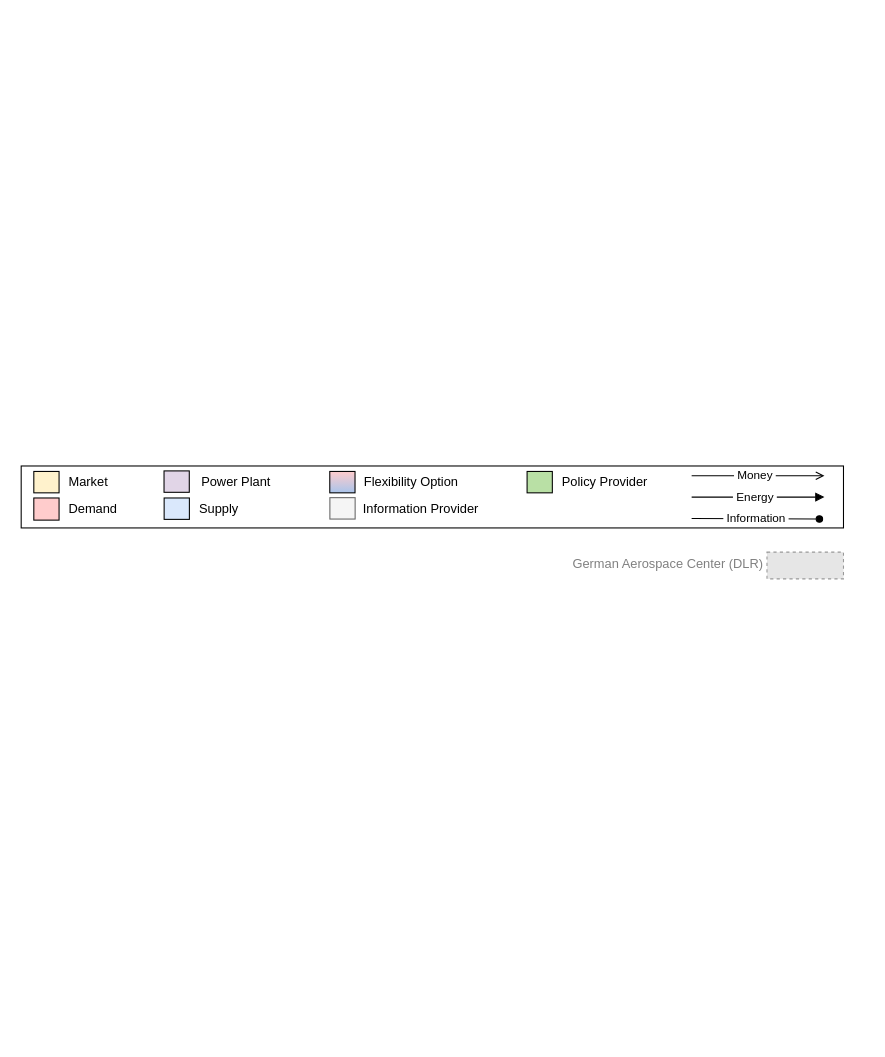
Earlier version of the draw.io diagram page "Header" (2 of 9) of docs/uploads/AMIRIS_Model_v4.1.drawio (dlr-ve-esy/amiris). Source tidied: cells renumbered, new cells numbered last; positions are measured from the earlier drawing's top-left corner, leaving out a move shared by most shapes. Both pictures are drawn from the tidied source at 107%, with x=0, y=0 at pixel (18, 463). Pictures stored in the file or linked from it are replaced by grey dashed boxes.
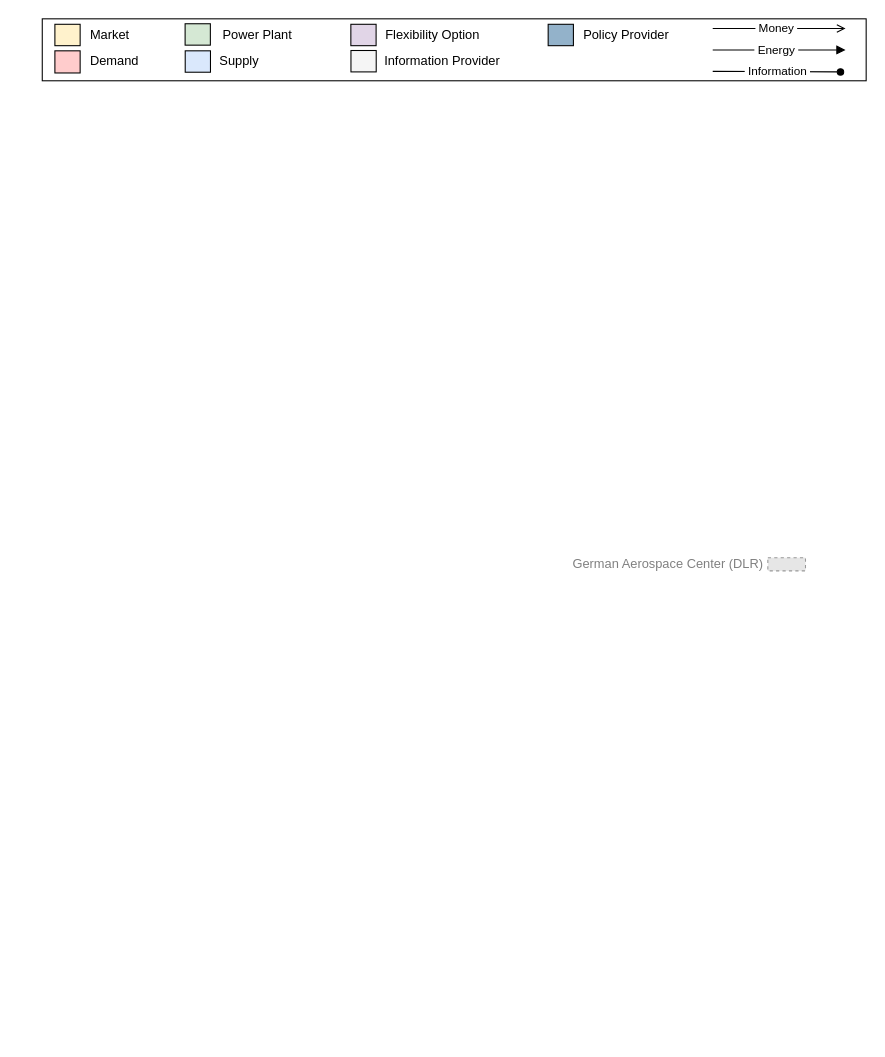
After the change.

The edit, as a diff of the source:
```diff
@@
-    <mxCell id="2" style="group;" parent="1" vertex="1">
-      <mxGeometry width="773" height="537.5" as="geometry" />
-    </mxCell>
-    <mxCell id="3" style="rounded=0;whiteSpace=wrap;html=1;strokeWidth=1;align=center;strokeColor=none;" parent="2" vertex="1">
-      <mxGeometry width="773" height="535" as="geometry" />
-    </mxCell>
-    <mxCell id="4" style="fillColor=#E6E6E6;strokeColor=#999999;dashed=1;verticalLabelPosition=bottom;labelBackgroundColor=default;verticalAlign=top;" parent="1" vertex="1">
-      <mxGeometry x="699.3" y="82.5" width="71.5" height="25" as="geometry" />
-    </mxCell>
-    <mxCell id="5" value="German Aerospace Center (DLR)" style="text;whiteSpace=wrap;html=1;fontSize=12;fontColor=#808080;" parent="1" vertex="1">
-      <mxGeometry x="516.3" y="80" width="190" height="30" as="geometry" />
-    </mxCell>
-    <mxCell id="6" style="rounded=0;whiteSpace=wrap;html=1;fillColor=default;" parent="1" vertex="1">
-      <mxGeometry x="2.3" y="2" width="768.5" height="57.9" as="geometry" />
-    </mxCell>
-    <mxCell id="7" style="group;" parent="1" vertex="1">
-      <mxGeometry x="135.9" y="31.9" width="137.1" height="25" as="geometry" />
-    </mxCell>
+    <mxCell id="33" style="rounded=0;whiteSpace=wrap;html=1;fillColor=default;" parent="1" vertex="1">
+      <mxGeometry x="22" y="-415.9" width="770" height="57.9" as="geometry" />
+    </mxCell>
+    <mxCell id="34" style="group;" parent="1" vertex="1">
+      <mxGeometry x="155.6" y="-386" width="137.1" height="25" as="geometry" />
+    </mxCell>
-    <mxCell id="8" style="rounded=0;whiteSpace=wrap;html=1;align=center;fillColor=#dae8fc;strokeColor=#000000;strokeWidth=1;" parent="7" vertex="1">
+    <mxCell id="8" style="rounded=0;whiteSpace=wrap;html=1;align=center;fillColor=#dae8fc;strokeColor=#000000;strokeWidth=1;" parent="34" vertex="1">
       <mxGeometry width="23.6" height="20" as="geometry" />
     </mxCell>
-    <mxCell id="9" value="Supply&amp;nbsp;" style="text;html=1;align=left;verticalAlign=middle;" parent="7" vertex="1">
+    <mxCell id="9" value="Supply&amp;nbsp;" style="text;html=1;align=left;verticalAlign=middle;" parent="34" vertex="1">
       <mxGeometry x="30.7" y="-5" width="60" height="30" as="geometry" />
     </mxCell>
-    <mxCell id="10" style="group;" parent="1" vertex="1">
-      <mxGeometry x="138.2" y="6.6" width="125.3" height="20" as="geometry" />
-    </mxCell>
-    <mxCell id="11" style="rounded=0;whiteSpace=wrap;html=1;align=center;fillColor=#e1d5e7;strokeColor=#000000;strokeWidth=1;" parent="10" vertex="1">
-      <mxGeometry x="-2.4" width="23.6" height="20" as="geometry" />
-    </mxCell>
+    <mxCell id="35" style="group;" parent="1" vertex="1">
+      <mxGeometry x="157.9" y="-411.3" width="125.3" height="20" as="geometry" />
+    </mxCell>
+    <mxCell id="36" style="rounded=0;whiteSpace=wrap;html=1;align=center;fillColor=#d5e8d4;strokeColor=light-dark(#000000,#000000);strokeWidth=1;" parent="35" vertex="1">
+      <mxGeometry x="-2.4" width="23.6" height="20" as="geometry" />
+    </mxCell>
-    <mxCell id="12" value="Power Plant" style="text;html=1;align=left;verticalAlign=middle;" parent="10" vertex="1">
+    <mxCell id="12" value="Power Plant" style="text;html=1;align=left;verticalAlign=middle;" parent="35" vertex="1">
       <mxGeometry x="30.7" width="80" height="20" as="geometry" />
     </mxCell>
-    <mxCell id="13" style="group;" parent="1" vertex="1">
-      <mxGeometry x="14.1" y="7.1" width="89.8" height="30" as="geometry" />
-    </mxCell>
+    <mxCell id="37" style="group;" parent="1" vertex="1">
+      <mxGeometry x="33.8" y="-410.8" width="89.8" height="30" as="geometry" />
+    </mxCell>
-    <mxCell id="14" style="rounded=0;whiteSpace=wrap;html=1;align=center;fillColor=#fff2cc;strokeColor=#000000;strokeWidth=1;" parent="13" vertex="1">
+    <mxCell id="14" style="rounded=0;whiteSpace=wrap;html=1;align=center;fillColor=#fff2cc;strokeColor=#000000;strokeWidth=1;" parent="37" vertex="1">
       <mxGeometry width="23.6" height="20" as="geometry" />
     </mxCell>
-    <mxCell id="15" value="Market" style="text;html=1;align=left;verticalAlign=middle;" parent="13" vertex="1">
+    <mxCell id="15" value="Market" style="text;html=1;align=left;verticalAlign=middle;" parent="37" vertex="1">
       <mxGeometry x="30.7" width="50" height="20" as="geometry" />
     </mxCell>
-    <mxCell id="16" style="group;" parent="1" vertex="1">
-      <mxGeometry x="14.1" y="31.9" width="756.6" height="31" as="geometry" />
-    </mxCell>
+    <mxCell id="38" style="group;" parent="1" vertex="1">
+      <mxGeometry x="33.8" y="-386" width="756.6" height="31" as="geometry" />
+    </mxCell>
-    <mxCell id="17" style="rounded=0;whiteSpace=wrap;html=1;align=center;fillColor=#FFCCCC;strokeColor=#000000;strokeWidth=1;gradientColor=none;" parent="16" vertex="1">
+    <mxCell id="17" style="rounded=0;whiteSpace=wrap;html=1;align=center;fillColor=#FFCCCC;strokeColor=#000000;strokeWidth=1;gradientColor=none;" parent="38" vertex="1">
       <mxGeometry width="23.6" height="20.7" as="geometry" />
     </mxCell>
-    <mxCell id="18" value="Demand" style="text;html=1;align=left;verticalAlign=middle;" parent="16" vertex="1">
+    <mxCell id="18" value="Demand" style="text;html=1;align=left;verticalAlign=middle;" parent="38" vertex="1">
       <mxGeometry x="30.7" width="60" height="20" as="geometry" />
     </mxCell>
-    <mxCell id="19" style="group;" parent="1" vertex="1">
-      <mxGeometry x="290.7" y="7.1" width="172.6" height="25" as="geometry" />
-    </mxCell>
-    <mxCell id="20" style="rounded=0;whiteSpace=wrap;html=1;align=center;fillColor=#ffcccc;strokeColor=#000000;strokeWidth=1;gradientColor=#A9C4EB;" parent="19" vertex="1">
-      <mxGeometry width="23.6" height="20" as="geometry" />
-    </mxCell>
+    <mxCell id="39" style="group;" parent="1" vertex="1">
+      <mxGeometry x="310.4" y="-410.8" width="172.6" height="25" as="geometry" />
+    </mxCell>
+    <mxCell id="40" style="rounded=0;whiteSpace=wrap;html=1;align=center;fillColor=#E1D5E7;strokeColor=#000000;strokeWidth=1;" parent="39" vertex="1">
+      <mxGeometry width="23.6" height="20" as="geometry" />
+    </mxCell>
-    <mxCell id="21" value="&lt;div&gt;Flexibility Option&lt;br&gt;&lt;/div&gt;" style="text;html=1;align=left;verticalAlign=middle;" parent="19" vertex="1">
+    <mxCell id="21" value="&lt;div&gt;Flexibility Option&lt;br&gt;&lt;/div&gt;" style="text;html=1;align=left;verticalAlign=middle;" parent="39" vertex="1">
       <mxGeometry x="30.7" y="-5" width="110" height="30" as="geometry" />
     </mxCell>
-    <mxCell id="22" style="group;" parent="1" vertex="1">
-      <mxGeometry x="289.6" y="26.6" width="184.4" height="20" as="geometry" />
-    </mxCell>
-    <mxCell id="23" style="rounded=0;whiteSpace=wrap;html=1;align=center;fillColor=#f5f5f5;strokeColor=#666666;fontColor=#333333;strokeWidth=1;" parent="22" vertex="1">
-      <mxGeometry x="1.2" y="5" width="23.6" height="20" as="geometry" />
-    </mxCell>
+    <mxCell id="41" style="group;" parent="1" vertex="1">
+      <mxGeometry x="309.3" y="-391.3" width="184.4" height="20" as="geometry" />
+    </mxCell>
+    <mxCell id="42" style="rounded=0;whiteSpace=wrap;html=1;align=center;fillColor=#f5f5f5;strokeColor=#000000;fontColor=#333333;strokeWidth=1;" parent="41" vertex="1">
+      <mxGeometry x="1.2" y="5" width="23.6" height="20" as="geometry" />
+    </mxCell>
-    <mxCell id="24" value="Information Provider" style="text;html=1;align=left;verticalAlign=middle;" parent="22" vertex="1">
+    <mxCell id="24" value="Information Provider" style="text;html=1;align=left;verticalAlign=middle;" parent="41" vertex="1">
       <mxGeometry x="30.7" y="5" width="130" height="20" as="geometry" />
     </mxCell>
-    <mxCell id="25" style="group;" parent="1" vertex="1">
-      <mxGeometry x="628.9" y="11.1" width="124.1" height="40.5" as="geometry" />
-    </mxCell>
+    <mxCell id="43" style="group;" parent="1" vertex="1">
+      <mxGeometry x="648.6" y="-406.8" width="124.1" height="40.5" as="geometry" />
+    </mxCell>
-    <mxCell id="26" style="group;" parent="25" vertex="1">
+    <mxCell id="26" style="group;" parent="43" vertex="1">
       <mxGeometry width="124.1" height="40.5" as="geometry" />
     </mxCell>
@@
-    <mxCell id="30" style="group;" parent="1" vertex="1">
-      <mxGeometry x="438.5" y="4.6" width="184.4" height="25" as="geometry" />
-    </mxCell>
-    <mxCell id="31" style="rounded=0;whiteSpace=wrap;html=1;align=center;fillColor=#B9E0A5;strokeColor=#000000;fontColor=#ffffff;strokeWidth=1;" parent="30" vertex="1">
-      <mxGeometry x="36.6" y="2.5" width="23.6" height="20" as="geometry" />
-    </mxCell>
+    <mxCell id="44" style="group;" parent="1" vertex="1">
+      <mxGeometry x="458.2" y="-413.3" width="184.4" height="25" as="geometry" />
+    </mxCell>
+    <mxCell id="45" style="rounded=0;whiteSpace=wrap;html=1;align=center;strokeWidth=1;fillStyle=solid;fillColor=#93B2CA;strokeColor=#000000;" parent="44" vertex="1">
+      <mxGeometry x="36.6" y="2.5" width="23.6" height="20" as="geometry" />
+    </mxCell>
-    <mxCell id="32" value="Policy Provider" style="text;html=1;align=left;verticalAlign=middle;" parent="30" vertex="1">
+    <mxCell id="32" value="Policy Provider" style="text;html=1;align=left;verticalAlign=middle;" parent="44" vertex="1">
       <mxGeometry x="67.4" y="2.5" width="100" height="20" as="geometry" />
     </mxCell>
+    <mxCell id="5" value="German Aerospace Center (DLR)" style="text;whiteSpace=wrap;html=1;fontSize=12;fontColor=#808080;" parent="1" vertex="1">
+      <mxGeometry x="516.3" y="80.1" width="189.8" height="22.1" as="geometry" />
+    </mxCell>
+    <mxCell id="46" style="fillColor=#E6E6E6;strokeColor=#999999;dashed=1;verticalLabelPosition=bottom;labelBackgroundColor=default;verticalAlign=top;" parent="1" vertex="1">
+      <mxGeometry x="700.1" y="87.7" width="35.2" height="12.3" as="geometry" />
+    </mxCell>
```
